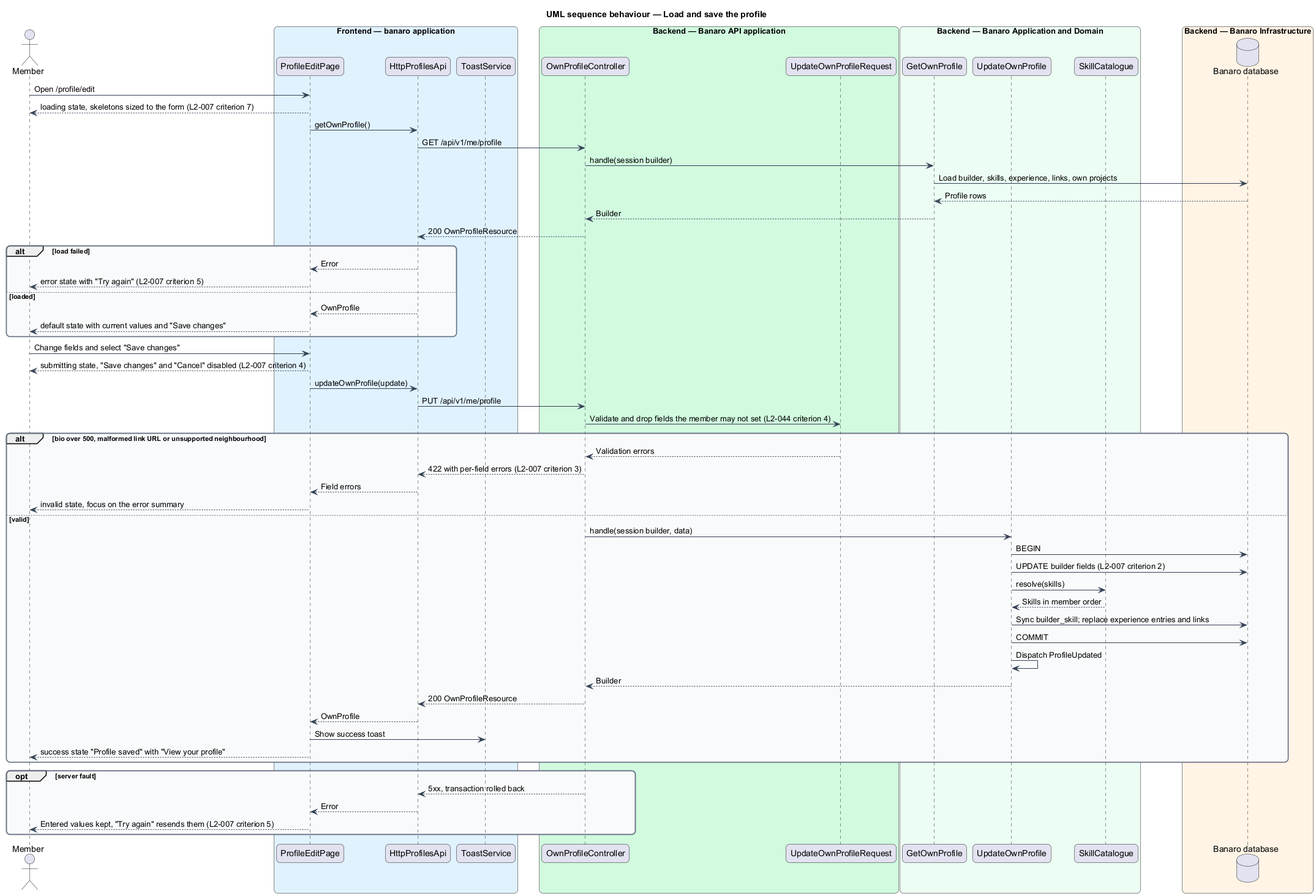
This is docs/detailed-designs/profiles/edit-own-profile/diagrams/sequence-load-and-save.png from QuinntyneBrown/banaro, a PlantUML export, as it was before one commit. Its diagram source:
```plantuml
@startuml
title UML sequence behaviour — Load and save the profile
skinparam backgroundColor #FFFFFF
skinparam shadowing false
skinparam roundcorner 12
skinparam defaultFontName Arial
skinparam ArrowColor #344054
skinparam rectangle {
  BorderColor #344054
  FontColor #101828
}
skinparam package {
  BorderColor #667085
  FontColor #101828
  BackgroundColor #F9FAFB
}
actor "Member" as actor
box "Frontend — banaro application" #E0F2FE
  participant "ProfileEditPage" as page
  participant "HttpProfilesApi" as client
  participant "ToastService" as toast
end box
box "Backend — Banaro API application" #D1FADF
  participant "OwnProfileController" as controller
  participant "UpdateOwnProfileRequest" as request
end box
box "Backend — Banaro Application and Domain" #ECFDF3
  participant "GetOwnProfile" as get
  participant "UpdateOwnProfile" as update
  participant "SkillCatalogue" as catalogue
end box
box "Backend — Banaro Infrastructure" #FFF4E5
  database "Banaro database" as db
end box

actor -> page : Open /profile/edit
page --> actor : loading state, skeletons sized to the form (L2-007 criterion 7)
page -> client : getOwnProfile()
client -> controller : GET /api/v1/me/profile
controller -> get : handle(session builder)
get -> db : Load builder, skills, experience, links, own projects
db --> get : Profile rows
get --> controller : Builder
controller --> client : 200 OwnProfileResource
alt load failed
  client --> page : Error
  page --> actor : error state with "Try again" (L2-007 criterion 5)
else loaded
  client --> page : OwnProfile
  page --> actor : default state with current values and "Save changes"
end

actor -> page : Change fields and select "Save changes"
page --> actor : submitting state, "Save changes" and "Cancel" disabled (L2-007 criterion 4)
page -> client : updateOwnProfile(update)
client -> controller : PUT /api/v1/me/profile
controller -> request : Validate and drop fields the member may not set (L2-044 criterion 4)
alt bio over 500, malformed link URL or unsupported neighbourhood
  request --> controller : Validation errors
  controller --> client : 422 with per-field errors (L2-007 criterion 3)
  client --> page : Field errors
  page --> actor : invalid state, focus on the error summary
else valid
  controller -> update : handle(session builder, data)
  update -> db : BEGIN
  update -> db : UPDATE builder fields (L2-007 criterion 2)
  update -> catalogue : resolve(skills)
  catalogue --> update : Skills in member order
  update -> db : Sync builder_skill; replace experience entries and links
  update -> db : COMMIT
  update -> update : Dispatch ProfileUpdated
  update --> controller : Builder
  controller --> client : 200 OwnProfileResource
  client --> page : OwnProfile
  page -> toast : Show success toast
  page --> actor : success state "Profile saved" with "View your profile"
end
opt server fault
  controller --> client : 5xx, transaction rolled back
  client --> page : Error
  page --> actor : Entered values kept, "Try again" resends them (L2-007 criterion 5)
end
@enduml
```
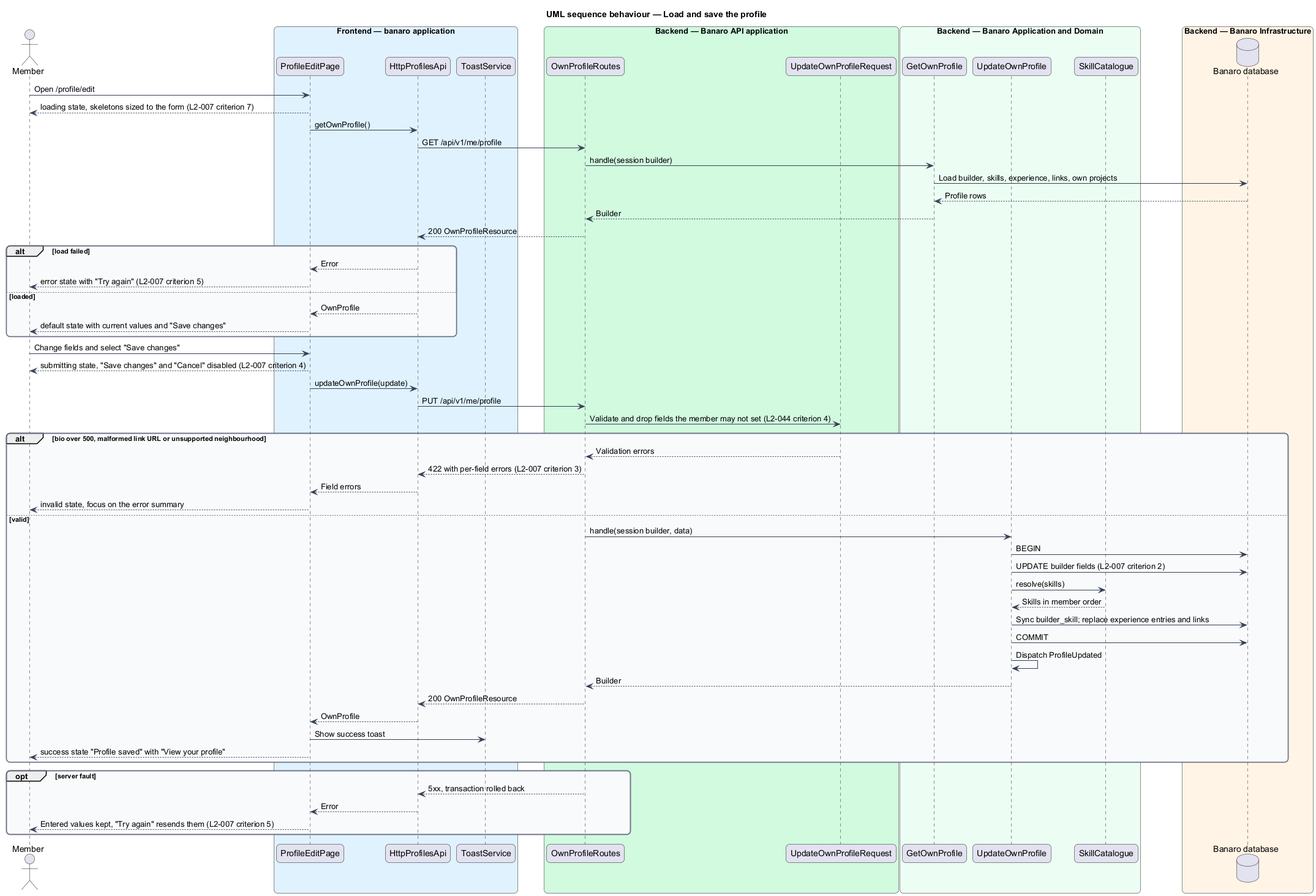
After the change.

What changed in the source:
```diff
@@ -21,7 +21,7 @@
   participant "ToastService" as toast
 end box
 box "Backend — Banaro API application" #D1FADF
-  participant "OwnProfileController" as controller
+  participant "OwnProfileRoutes" as controller
   participant "UpdateOwnProfileRequest" as request
 end box
 box "Backend — Banaro Application and Domain" #ECFDF3
```
